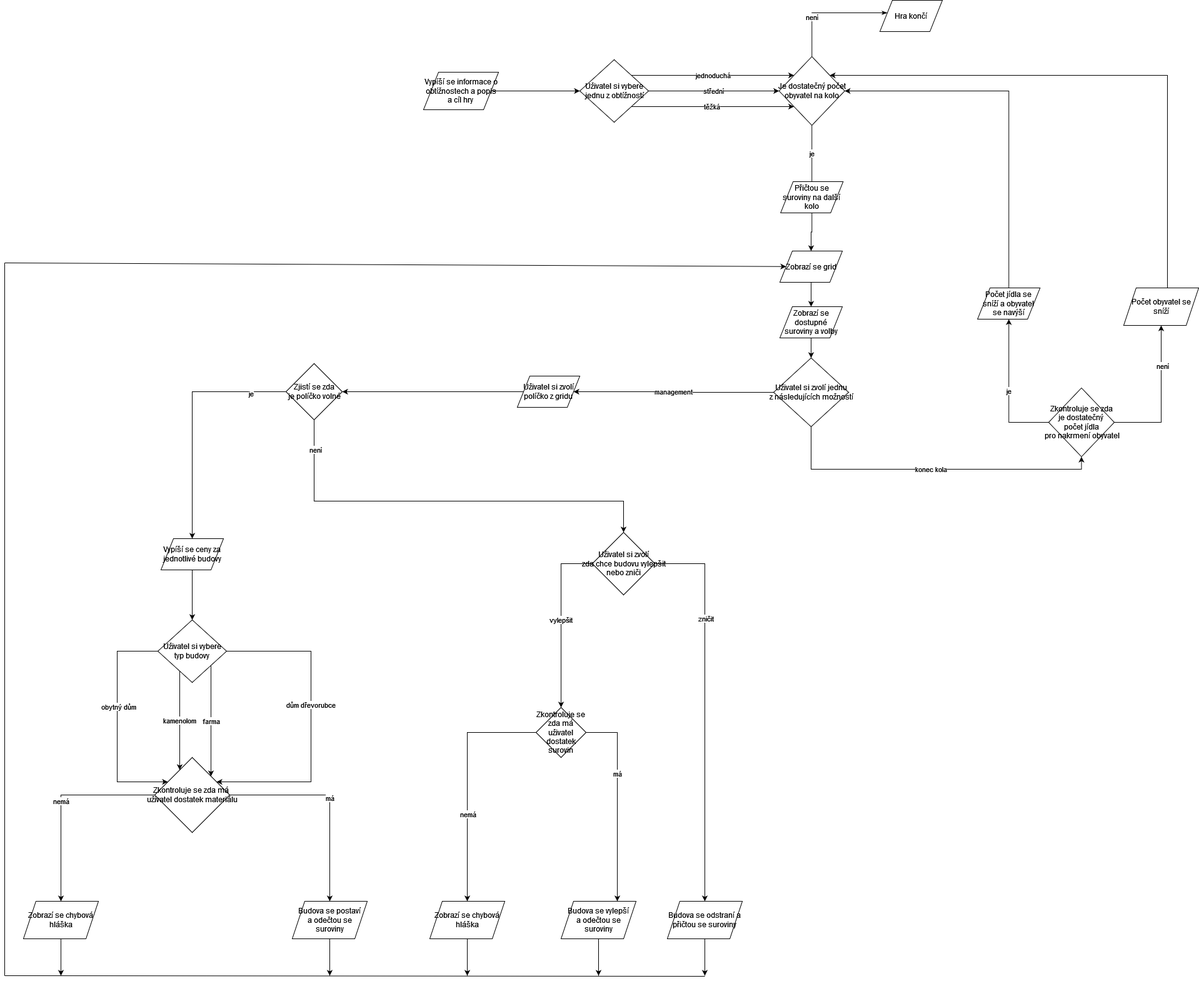
This is Schemata/zoo_hra.drawio.png from v-kollar/trivian-like-game, a draw.io export, as it was before one commit. Source tidied: cells renumbered, new cells last; positions are measured from the earlier drawing's top-left corner, leaving out a move shared by most shapes.
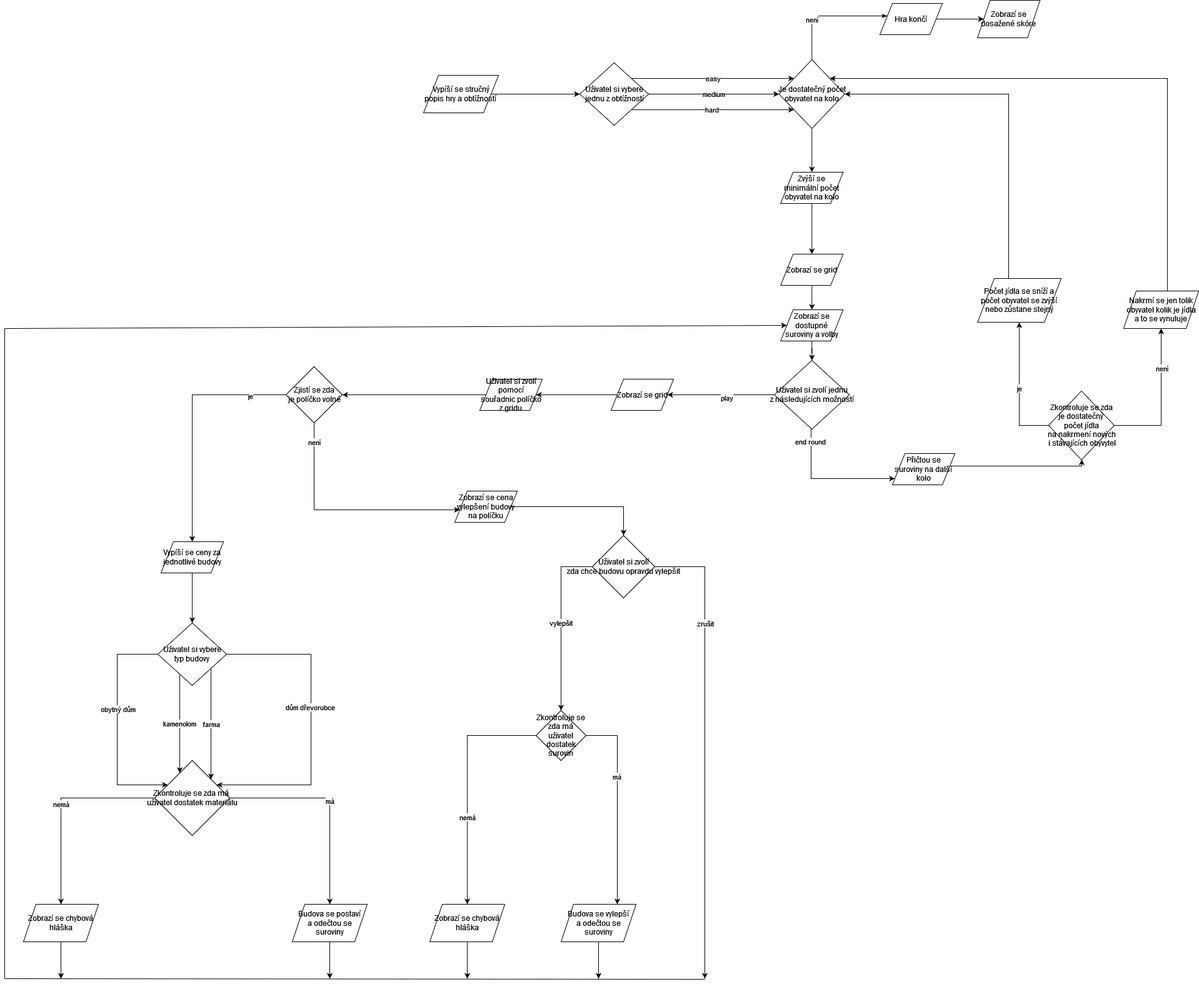
After the commit.

Commit message:
Úprava stavového diagramu podle aktuální verze.

What changed in the source:
```diff
@@ -6,26 +6,31 @@
       <mxGeometry relative="1" as="geometry" />
     </mxCell>
     <mxCell id="3" value="Zobrazí se dostupné suroviny a volby" style="shape=parallelogram;perimeter=parallelogramPerimeter;whiteSpace=wrap;html=1;dashed=0;" parent="1" vertex="1">
-      <mxGeometry x="1240" y="490" width="100" height="50" as="geometry" />
+      <mxGeometry x="1241.2" y="490" width="100" height="50" as="geometry" />
     </mxCell>
-    <mxCell id="4" value="management" style="edgeStyle=orthogonalEdgeStyle;rounded=0;jettySize=auto;html=1;" parent="1" edge="1" source="6" target="43">
-      <mxGeometry relative="1" as="geometry" />
-    </mxCell>
-    <mxCell id="5" value="konec kola" style="edgeStyle=orthogonalEdgeStyle;rounded=0;jettySize=auto;html=1;entryX=0.5;entryY=1;entryDx=0;entryDy=0;" parent="1" edge="1" source="6" target="16">
-      <mxGeometry relative="1" as="geometry">
-        <Array as="points">
-          <mxPoint x="1290" y="750" />
-          <mxPoint x="1723" y="750" />
-        </Array>
-      </mxGeometry>
-    </mxCell>
+    <mxCell id="71" style="edgeStyle=orthogonalEdgeStyle;rounded=0;jettySize=auto;html=1;" parent="1" edge="1" source="6" target="25">
+      <mxGeometry relative="1" as="geometry">
+        <Array as="points">
+          <mxPoint x="1290" y="760" />
+        </Array>
+      </mxGeometry>
+    </mxCell>
+    <mxCell id="72" value="end round" style="edgeLabel;html=1;align=center;verticalAlign=middle;" parent="71" vertex="1">
+      <mxGeometry x="-0.81" y="-1" relative="1" as="geometry" />
+    </mxCell>
+    <mxCell id="73" style="edgeStyle=orthogonalEdgeStyle;rounded=0;jettySize=auto;html=1;" parent="1" edge="1" source="6" target="85">
+      <mxGeometry relative="1" as="geometry" />
+    </mxCell>
+    <mxCell id="74" value="play" style="edgeLabel;html=1;align=center;verticalAlign=middle;" parent="73" vertex="1">
+      <mxGeometry x="-0.11" y="5" relative="1" as="geometry" />
+    </mxCell>
     <mxCell id="6" value="Uživatel si zvolí jednu &lt;br&gt;z následujících možností" style="shape=rhombus;html=1;dashed=0;whitespace=wrap;perimeter=rhombusPerimeter;" parent="1" vertex="1">
-      <mxGeometry x="1230" y="572" width="120" height="110" as="geometry" />
+      <mxGeometry x="1231.2" y="571" width="120" height="110" as="geometry" />
     </mxCell>
-    <mxCell id="7" value="střední" style="edgeStyle=orthogonalEdgeStyle;rounded=0;jettySize=auto;html=1;entryX=0;entryY=0.5;entryDx=0;entryDy=0;" parent="1" edge="1" source="10" target="70">
+    <mxCell id="7" value="medium" style="edgeStyle=orthogonalEdgeStyle;rounded=0;jettySize=auto;html=1;entryX=0;entryY=0.5;entryDx=0;entryDy=0;" parent="1" edge="1" source="10" target="70">
       <mxGeometry relative="1" as="geometry" />
     </mxCell>
-    <mxCell id="8" value="jednoduchá" style="edgeStyle=orthogonalEdgeStyle;rounded=0;jettySize=auto;html=1;" parent="1" edge="1" source="10" target="70">
+    <mxCell id="8" value="easy" style="edgeStyle=orthogonalEdgeStyle;rounded=0;jettySize=auto;html=1;" parent="1" edge="1" source="10" target="70">
       <mxGeometry relative="1" as="geometry">
         <Array as="points">
           <mxPoint x="1180" y="120" />
@@ -33,7 +38,7 @@
         </Array>
       </mxGeometry>
     </mxCell>
-    <mxCell id="9" value="těžká" style="edgeStyle=orthogonalEdgeStyle;rounded=0;jettySize=auto;html=1;" parent="1" edge="1" source="10" target="70">
+    <mxCell id="9" value="hard" style="edgeStyle=orthogonalEdgeStyle;rounded=0;jettySize=auto;html=1;" parent="1" edge="1" source="10" target="70">
       <mxGeometry x="-0.01" relative="1" as="geometry">
         <Array as="points">
           <mxPoint x="1170" y="170" />
@@ -47,7 +52,7 @@
     <mxCell id="11" style="edgeStyle=orthogonalEdgeStyle;rounded=0;jettySize=auto;html=1;entryX=0;entryY=0.5;entryDx=0;entryDy=0;" parent="1" edge="1" source="12" target="10">
       <mxGeometry relative="1" as="geometry" />
     </mxCell>
-    <mxCell id="12" value="&lt;div&gt;Vypíší se informace o obtížnostech a popis a cíl hry&lt;br&gt;&lt;/div&gt;" style="shape=parallelogram;perimeter=parallelogramPerimeter;whiteSpace=wrap;html=1;dashed=0;" parent="1" vertex="1">
+    <mxCell id="12" value="&lt;div&gt;Vypíší se stručný popis hry a obtížností&lt;br&gt;&lt;/div&gt;" style="shape=parallelogram;perimeter=parallelogramPerimeter;whiteSpace=wrap;html=1;dashed=0;" parent="1" vertex="1">
       <mxGeometry x="670" y="115" width="120" height="60" as="geometry" />
     </mxCell>
     <mxCell id="13" style="edgeStyle=orthogonalEdgeStyle;rounded=0;jettySize=auto;html=1;" parent="1" edge="1" source="16" target="23">
@@ -57,11 +62,18 @@
       <mxGeometry x="0.44" y="-1" relative="1" as="geometry" />
     </mxCell>
     <mxCell id="15" value="je" style="edgeStyle=orthogonalEdgeStyle;rounded=0;jettySize=auto;html=1;" parent="1" edge="1" source="16" target="21">
-      <mxGeometry relative="1" as="geometry" />
+      <mxGeometry relative="1" as="geometry">
+        <Array as="points">
+          <mxPoint x="1623" y="675" />
+        </Array>
+      </mxGeometry>
     </mxCell>
-    <mxCell id="16" value="Zkontroluje se zda &lt;br&gt;je dostatečný&amp;nbsp;&lt;br&gt;počet jídla&lt;br&gt;pro nakrmení obyvatel" style="shape=rhombus;html=1;dashed=0;whitespace=wrap;perimeter=rhombusPerimeter;" parent="1" vertex="1">
+    <mxCell id="16" value="Zkontroluje se zda &lt;br&gt;je dostatečný&amp;nbsp;&lt;br&gt;počet jídla&lt;br&gt;&lt;div&gt;na nakrmení nových &lt;br&gt;&lt;/div&gt;&lt;div&gt;i stávajících obyvytel&lt;/div&gt;" style="shape=rhombus;html=1;dashed=0;whitespace=wrap;perimeter=rhombusPerimeter;" parent="1" vertex="1">
       <mxGeometry x="1670" y="620" width="105" height="110" as="geometry" />
     </mxCell>
+    <mxCell id="75" style="edgeStyle=orthogonalEdgeStyle;rounded=0;jettySize=auto;html=1;" parent="1" edge="1" source="17" target="88">
+      <mxGeometry relative="1" as="geometry" />
+    </mxCell>
     <mxCell id="17" value="Hra končí" style="shape=parallelogram;perimeter=parallelogramPerimeter;whiteSpace=wrap;html=1;dashed=0;" parent="1" vertex="1">
       <mxGeometry x="1400" width="100" height="50" as="geometry" />
     </mxCell>
@@ -69,7 +81,7 @@
       <mxGeometry relative="1" as="geometry" />
     </mxCell>
     <mxCell id="19" value="Zobrazí se grid" style="shape=parallelogram;perimeter=parallelogramPerimeter;whiteSpace=wrap;html=1;dashed=0;" parent="1" vertex="1">
-      <mxGeometry x="1240" y="401" width="100" height="50" as="geometry" />
+      <mxGeometry x="1241.2" y="401" width="100" height="50" as="geometry" />
     </mxCell>
     <mxCell id="20" style="edgeStyle=orthogonalEdgeStyle;rounded=0;jettySize=auto;html=1;" parent="1" edge="1" source="21" target="70">
       <mxGeometry relative="1" as="geometry">
@@ -78,8 +90,8 @@
         </Array>
       </mxGeometry>
     </mxCell>
-    <mxCell id="21" value="Počet jídla se sníží a obyvatel se navýší" style="shape=parallelogram;perimeter=parallelogramPerimeter;whiteSpace=wrap;html=1;dashed=0;" parent="1" vertex="1">
-      <mxGeometry x="1556.2" y="460" width="100" height="50" as="geometry" />
+    <mxCell id="21" value="Počet jídla se sníží a počet obyvatel se zvýší nebo zůstane stejný" style="shape=parallelogram;perimeter=parallelogramPerimeter;whiteSpace=wrap;html=1;dashed=0;" parent="1" vertex="1">
+      <mxGeometry x="1556.2" y="440" width="133.8" height="70" as="geometry" />
     </mxCell>
     <mxCell id="22" style="edgeStyle=orthogonalEdgeStyle;rounded=0;jettySize=auto;html=1;" parent="1" edge="1" source="23" target="70">
       <mxGeometry relative="1" as="geometry">
@@ -88,14 +100,18 @@
         </Array>
       </mxGeometry>
     </mxCell>
-    <mxCell id="23" value="Počet obyvatel se sníží" style="shape=parallelogram;perimeter=parallelogramPerimeter;whiteSpace=wrap;html=1;fixedSize=1;dashed=0;" parent="1" vertex="1">
+    <mxCell id="23" value="Nakrmí se jen tolik obyvatel kolik je jídla a to se vynuluje" style="shape=parallelogram;perimeter=parallelogramPerimeter;whiteSpace=wrap;html=1;fixedSize=1;dashed=0;" parent="1" vertex="1">
       <mxGeometry x="1790" y="460" width="120" height="60" as="geometry" />
     </mxCell>
-    <mxCell id="24" style="edgeStyle=orthogonalEdgeStyle;rounded=0;jettySize=auto;html=1;" parent="1" edge="1" source="25" target="19">
-      <mxGeometry relative="1" as="geometry" />
-    </mxCell>
+    <mxCell id="76" style="edgeStyle=orthogonalEdgeStyle;rounded=0;jettySize=auto;html=1;" parent="1" edge="1" source="25" target="16">
+      <mxGeometry relative="1" as="geometry">
+        <Array as="points">
+          <mxPoint x="1723" y="740" />
+        </Array>
+      </mxGeometry>
+    </mxCell>
     <mxCell id="25" value="Přičtou se suroviny na další kolo" style="shape=parallelogram;perimeter=parallelogramPerimeter;whiteSpace=wrap;html=1;dashed=0;" parent="1" vertex="1">
-      <mxGeometry x="1241.2" y="290" width="100" height="50" as="geometry" />
+      <mxGeometry x="1420" y="720" width="100" height="50" as="geometry" />
     </mxCell>
     <mxCell id="26" style="edgeStyle=orthogonalEdgeStyle;rounded=0;jettySize=auto;html=1;" parent="1" edge="1" source="32" target="35">
       <mxGeometry relative="1" as="geometry">
@@ -172,8 +188,8 @@
     <mxCell id="42" style="edgeStyle=orthogonalEdgeStyle;rounded=0;jettySize=auto;html=1;" parent="1" edge="1" source="43" target="48">
       <mxGeometry relative="1" as="geometry" />
     </mxCell>
-    <mxCell id="43" value="Uživatel si zvolí políčko z gridu" style="shape=parallelogram;perimeter=parallelogramPerimeter;whiteSpace=wrap;html=1;dashed=0;" parent="1" vertex="1">
-      <mxGeometry x="820" y="601" width="100" height="50" as="geometry" />
+    <mxCell id="43" value="Uživatel si zvolí pomocí souřadnic políčko z gridu" style="shape=parallelogram;perimeter=parallelogramPerimeter;whiteSpace=wrap;html=1;dashed=0;" parent="1" vertex="1">
+      <mxGeometry x="760" y="601" width="100" height="50" as="geometry" />
     </mxCell>
     <mxCell id="44" style="edgeStyle=orthogonalEdgeStyle;rounded=0;jettySize=auto;html=1;entryX=0.5;entryY=0;entryDx=0;entryDy=0;" parent="1" edge="1" source="48" target="37">
       <mxGeometry relative="1" as="geometry" />
@@ -181,32 +197,19 @@
     <mxCell id="45" value="je" style="edgeLabel;html=1;align=center;verticalAlign=middle;" parent="44" vertex="1">
       <mxGeometry x="-0.7" y="2" relative="1" as="geometry" />
     </mxCell>
-    <mxCell id="46" style="edgeStyle=orthogonalEdgeStyle;rounded=0;jettySize=auto;html=1;entryX=0.5;entryY=0;entryDx=0;entryDy=0;" parent="1" edge="1" source="48" target="52">
-      <mxGeometry relative="1" as="geometry">
-        <Array as="points">
-          <mxPoint x="495" y="801" />
-          <mxPoint x="990" y="801" />
-        </Array>
-      </mxGeometry>
-    </mxCell>
+    <mxCell id="77" style="edgeStyle=orthogonalEdgeStyle;rounded=0;jettySize=auto;html=1;" parent="1" edge="1" source="48" target="87">
+      <mxGeometry relative="1" as="geometry">
+        <Array as="points">
+          <mxPoint x="495" y="810" />
+        </Array>
+      </mxGeometry>
+    </mxCell>
-    <mxCell id="47" value="není" style="edgeLabel;html=1;align=center;verticalAlign=middle;" parent="46" vertex="1">
-      <mxGeometry x="-0.86" y="1" relative="1" as="geometry" />
+    <mxCell id="47" value="není" style="edgeLabel;html=1;align=center;verticalAlign=middle;" parent="77" vertex="1">
+      <mxGeometry x="-0.83" relative="1" as="geometry" />
     </mxCell>
     <mxCell id="48" value="Zjistí se zda&lt;br&gt;je políčko volné" style="shape=rhombus;html=1;dashed=0;whitespace=wrap;perimeter=rhombusPerimeter;" parent="1" vertex="1">
       <mxGeometry x="450" y="581" width="90" height="90" as="geometry" />
     </mxCell>
-    <mxCell id="49" style="edgeStyle=orthogonalEdgeStyle;rounded=0;jettySize=auto;html=1;" parent="1" edge="1" source="52" target="54">
-      <mxGeometry relative="1" as="geometry">
-        <Array as="points">
-          <mxPoint x="1120" y="901" />
-        </Array>
-      </mxGeometry>
-    </mxCell>
-    <mxCell id="50" value="zničit" style="edgeLabel;html=1;align=center;verticalAlign=middle;" parent="49" vertex="1">
-      <mxGeometry x="-0.46" relative="1" as="geometry">
-        <mxPoint x="1" as="offset" />
-      </mxGeometry>
-    </mxCell>
     <mxCell id="51" value="vylepšit" style="edgeStyle=orthogonalEdgeStyle;rounded=0;jettySize=auto;html=1;" parent="1" edge="1" source="52" target="59">
       <mxGeometry relative="1" as="geometry">
         <Array as="points">
@@ -214,17 +217,17 @@
         </Array>
       </mxGeometry>
     </mxCell>
+    <mxCell id="78" style="edgeStyle=orthogonalEdgeStyle;rounded=0;jettySize=auto;html=1;" parent="1" edge="1" source="52">
+      <mxGeometry relative="1" as="geometry">
+        <mxPoint x="1120" y="1560" as="targetPoint" />
+      </mxGeometry>
+    </mxCell>
+    <mxCell id="79" value="zrušit" style="edgeLabel;html=1;align=center;verticalAlign=middle;" parent="78" vertex="1">
+      <mxGeometry x="-0.54" y="1" relative="1" as="geometry" />
+    </mxCell>
-    <mxCell id="52" value="Uživatel si zvolí&lt;br&gt;zda chce budovu vylepšit&lt;br&gt;nebo zniči" style="shape=rhombus;html=1;dashed=0;whitespace=wrap;perimeter=rhombusPerimeter;" parent="1" vertex="1">
+    <mxCell id="52" value="Uživatel si zvolí&lt;br&gt;zda chce budovu opravdu vylepšit" style="shape=rhombus;html=1;dashed=0;whitespace=wrap;perimeter=rhombusPerimeter;" parent="1" vertex="1">
       <mxGeometry x="940" y="851" width="100" height="100" as="geometry" />
     </mxCell>
-    <mxCell id="53" style="edgeStyle=orthogonalEdgeStyle;rounded=0;jettySize=auto;html=1;startArrow=none;startFill=0;endArrow=classic;endFill=1;" parent="1" edge="1" source="54">
-      <mxGeometry relative="1" as="geometry">
-        <mxPoint x="1120" y="1560" as="targetPoint" />
-      </mxGeometry>
-    </mxCell>
-    <mxCell id="54" value="Budova se odstraní a přičtou se suroviny" style="shape=parallelogram;perimeter=parallelogramPerimeter;whiteSpace=wrap;html=1;fixedSize=1;dashed=0;" parent="1" vertex="1">
-      <mxGeometry x="1060" y="1441" width="120" height="60" as="geometry" />
-    </mxCell>
     <mxCell id="55" style="edgeStyle=orthogonalEdgeStyle;rounded=0;jettySize=auto;html=1;" parent="1" edge="1" source="59" target="61">
       <mxGeometry relative="1" as="geometry">
         <Array as="points">
@@ -269,17 +272,9 @@
     <mxCell id="65" style="endArrow=none;html=1;rounded=0;endFill=0;" parent="1" edge="1">
       <mxGeometry relative="1" as="geometry">
         <mxPoint y="1560" as="sourcePoint" />
-        <mxPoint y="420" as="targetPoint" />
+        <mxPoint y="520" as="targetPoint" />
       </mxGeometry>
     </mxCell>
-    <mxCell id="66" style="endArrow=classic;html=1;rounded=0;" parent="1" edge="1" target="19">
-      <mxGeometry relative="1" as="geometry">
-        <mxPoint y="420" as="sourcePoint" />
-      </mxGeometry>
-    </mxCell>
-    <mxCell id="67" value="je" style="edgeStyle=orthogonalEdgeStyle;rounded=0;jettySize=auto;html=1;endArrow=none;endFill=0;" parent="1" edge="1" source="70" target="25">
-      <mxGeometry relative="1" as="geometry" />
-    </mxCell>
     <mxCell id="68" style="edgeStyle=orthogonalEdgeStyle;rounded=0;jettySize=auto;html=1;endArrow=classicThin;endFill=1;" parent="1" edge="1" source="70" target="17">
       <mxGeometry relative="1" as="geometry">
         <Array as="points">
@@ -292,8 +287,37 @@
         <mxPoint y="-1" as="offset" />
       </mxGeometry>
     </mxCell>
+    <mxCell id="80" style="edgeStyle=orthogonalEdgeStyle;rounded=0;jettySize=auto;html=1;" parent="1" edge="1" source="70" target="82">
+      <mxGeometry relative="1" as="geometry" />
+    </mxCell>
     <mxCell id="70" value="Je dostatečný počet&lt;br&gt;obyvatel na kolo" style="shape=rhombus;html=1;dashed=0;whitespace=wrap;perimeter=rhombusPerimeter;" parent="1" vertex="1">
       <mxGeometry x="1238.8" y="90" width="105" height="110" as="geometry" />
     </mxCell>
+    <mxCell id="81" style="edgeStyle=orthogonalEdgeStyle;rounded=0;jettySize=auto;html=1;" parent="1" edge="1" source="82" target="19">
+      <mxGeometry relative="1" as="geometry" />
+    </mxCell>
+    <mxCell id="82" value="Zvýší se minimální počet obyvatel na kolo" style="shape=parallelogram;perimeter=parallelogramPerimeter;whiteSpace=wrap;html=1;dashed=0;" parent="1" vertex="1">
+      <mxGeometry x="1241.2" y="270" width="100" height="50" as="geometry" />
+    </mxCell>
+    <mxCell id="83" style="endArrow=classic;html=1;rounded=0;entryX=0;entryY=0.5;entryDx=0;entryDy=0;" parent="1" edge="1" target="3">
+      <mxGeometry relative="1" as="geometry">
+        <mxPoint y="520" as="sourcePoint" />
+      </mxGeometry>
+    </mxCell>
+    <mxCell id="84" style="edgeStyle=orthogonalEdgeStyle;rounded=0;jettySize=auto;html=1;entryX=1;entryY=0.5;entryDx=0;entryDy=0;" parent="1" edge="1" source="85" target="43">
+      <mxGeometry relative="1" as="geometry" />
+    </mxCell>
+    <mxCell id="85" value="Zobrazí se grid" style="shape=parallelogram;perimeter=parallelogramPerimeter;whiteSpace=wrap;html=1;dashed=0;" parent="1" vertex="1">
+      <mxGeometry x="970" y="601" width="100" height="50" as="geometry" />
+    </mxCell>
+    <mxCell id="86" style="edgeStyle=orthogonalEdgeStyle;rounded=0;jettySize=auto;html=1;entryX=0.5;entryY=0;entryDx=0;entryDy=0;" parent="1" edge="1" source="87" target="52">
+      <mxGeometry relative="1" as="geometry" />
+    </mxCell>
+    <mxCell id="87" value="Zobrazí se cena vylepšení budovy na políčku" style="shape=parallelogram;perimeter=parallelogramPerimeter;whiteSpace=wrap;html=1;dashed=0;" parent="1" vertex="1">
+      <mxGeometry x="720" y="780" width="100" height="50" as="geometry" />
+    </mxCell>
+    <mxCell id="88" value="Zobrazí se dosažené skóre" style="shape=parallelogram;perimeter=parallelogramPerimeter;whiteSpace=wrap;html=1;dashed=0;" parent="1" vertex="1">
+      <mxGeometry x="1556.2" y="-5" width="100" height="60" as="geometry" />
+    </mxCell>
   </root>
 </mxGraphModel>
```
